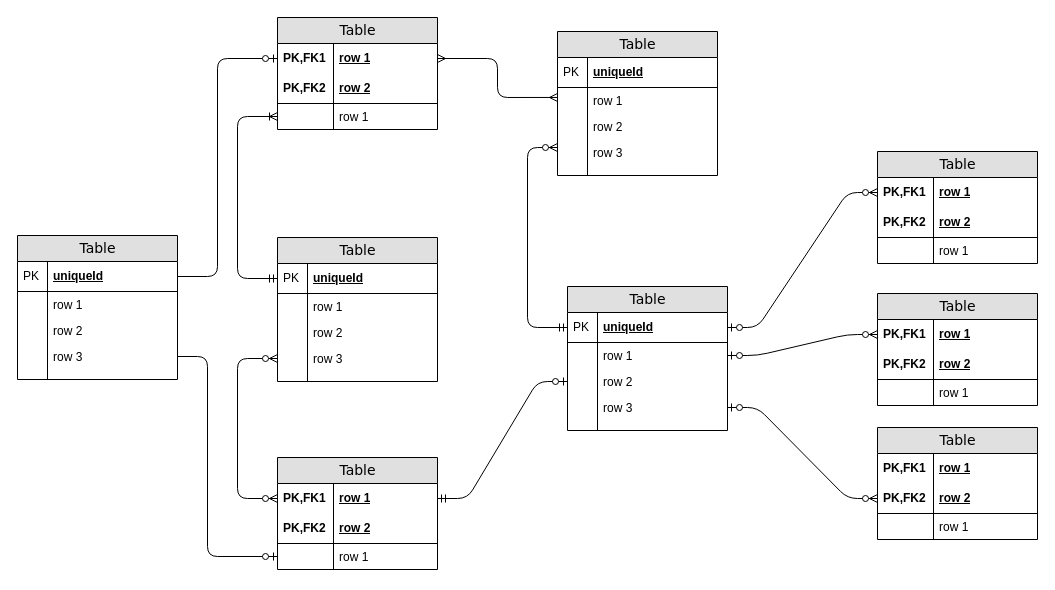
Earlier version of the draw.io diagram VIB_TARGET.drawio (EpicM97/EpicM). Source tidied: cells renumbered, new cells numbered last; positions are measured from the earlier drawing's top-left corner, leaving out a move shared by most shapes. Both pictures are drawn from the tidied source at 100%, with x=0, y=0 at pixel (17, 17).
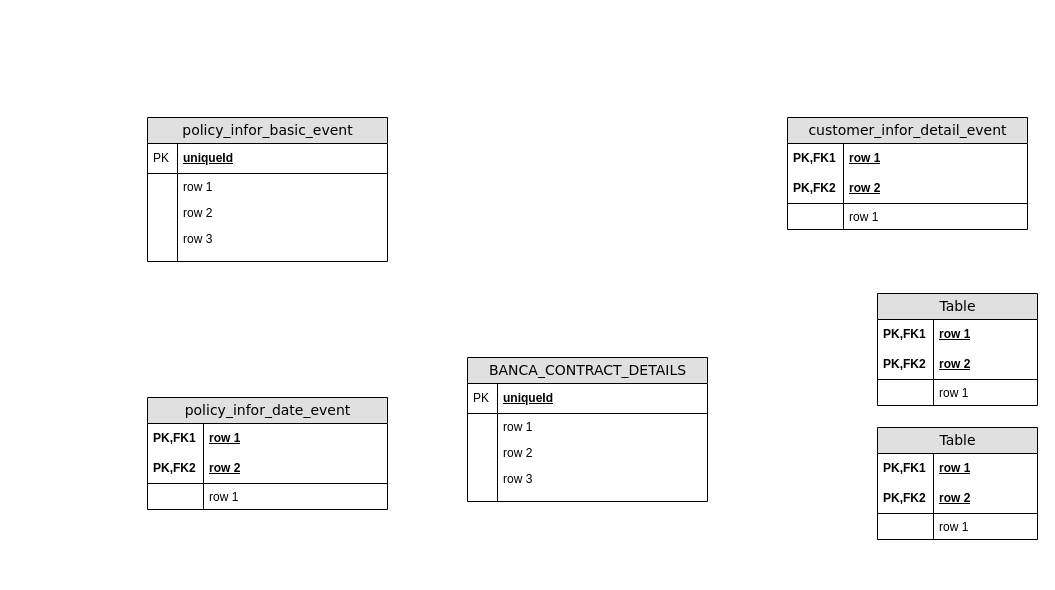
The same diagram, later.

Unchanged cells that the change refers to:
```xml
<mxCell id="63" value="row 1" style="shape=partialRectangle;top=0;left=0;right=0;bottom=0;html=1;align=left;verticalAlign=middle;fillColor=none;spacingLeft=60;spacingRight=4;whiteSpace=wrap;overflow=hidden;points=[[0,0.5],[1,0.5]];portConstraint=eastwest;fontStyle=5;" parent="62" vertex="1">
  <mxGeometry y="26" width="160" height="30" as="geometry" />
</mxCell>
<mxCell id="72" value="row 2" style="shape=partialRectangle;top=0;left=0;right=0;bottom=1;html=1;align=left;verticalAlign=middle;fillColor=none;spacingLeft=60;spacingRight=4;whiteSpace=wrap;overflow=hidden;points=[[0,0.5],[1,0.5]];portConstraint=eastwest;fontStyle=5;" parent="69" vertex="1">
  <mxGeometry y="56" width="160" height="30" as="geometry" />
</mxCell>
```

Change to the diagram source:
```diff
@@
-    <mxCell id="2" value="Table" style="swimlane;html=1;fontStyle=0;horizontal=1;startSize=26;fillColor=#e0e0e0;swimlaneFillColor=#ffffff;align=center;rounded=0;shadow=0;comic=0;labelBackgroundColor=none;strokeWidth=1;fontFamily=Verdana;fontSize=14;" parent="1" vertex="1">
-      <mxGeometry x="260" width="160" height="112" as="geometry" />
-    </mxCell>
-    <mxCell id="3" value="row 1" style="shape=partialRectangle;top=0;left=0;right=0;bottom=0;html=1;align=left;verticalAlign=middle;fillColor=none;spacingLeft=60;spacingRight=4;whiteSpace=wrap;overflow=hidden;points=[[0,0.5],[1,0.5]];portConstraint=eastwest;fontStyle=5;" parent="2" vertex="1">
-      <mxGeometry y="26" width="160" height="30" as="geometry" />
-    </mxCell>
-    <mxCell id="4" value="PK,FK1" style="shape=partialRectangle;fontStyle=1;top=0;left=0;bottom=0;html=1;fillColor=none;align=left;verticalAlign=middle;spacingLeft=4;spacingRight=4;whiteSpace=wrap;overflow=hidden;" parent="3" vertex="1">
-      <mxGeometry width="56" height="30" as="geometry" />
-    </mxCell>
-    <mxCell id="5" value="row 2" style="shape=partialRectangle;top=0;left=0;right=0;bottom=1;html=1;align=left;verticalAlign=middle;fillColor=none;spacingLeft=60;spacingRight=4;whiteSpace=wrap;overflow=hidden;fontStyle=5;" parent="2" vertex="1">
-      <mxGeometry y="56" width="160" height="30" as="geometry" />
-    </mxCell>
-    <mxCell id="6" value="PK,FK2" style="shape=partialRectangle;fontStyle=1;top=0;left=0;bottom=0;html=1;fillColor=none;align=left;verticalAlign=middle;spacingLeft=4;spacingRight=4;whiteSpace=wrap;overflow=hidden;" parent="5" vertex="1">
-      <mxGeometry width="56" height="30" as="geometry" />
-    </mxCell>
-    <mxCell id="7" value="row 1" style="shape=partialRectangle;top=0;left=0;right=0;bottom=0;html=1;align=left;verticalAlign=top;fillColor=none;spacingLeft=60;spacingRight=4;whiteSpace=wrap;overflow=hidden;points=[[0,0.5],[1,0.5]];portConstraint=eastwest;" parent="2" vertex="1">
-      <mxGeometry y="86" width="160" height="26" as="geometry" />
-    </mxCell>
-    <mxCell id="8" style="shape=partialRectangle;top=0;left=0;bottom=0;html=1;fillColor=none;align=left;verticalAlign=top;spacingLeft=4;spacingRight=4;whiteSpace=wrap;overflow=hidden;" parent="7" vertex="1">
-      <mxGeometry width="56" height="26" as="geometry" />
-    </mxCell>
-    <mxCell id="9" value="Table" style="swimlane;html=1;fontStyle=0;horizontal=1;startSize=26;fillColor=#e0e0e0;swimlaneFillColor=#ffffff;align=center;rounded=0;shadow=0;comic=0;labelBackgroundColor=none;strokeWidth=1;fontFamily=Verdana;fontSize=14;swimlaneLine=1;" parent="1" vertex="1">
-      <mxGeometry x="540" y="14" width="160" height="144" as="geometry" />
-    </mxCell>
-    <mxCell id="10" value="uniqueId" style="shape=partialRectangle;top=0;left=0;right=0;bottom=1;html=1;align=left;verticalAlign=middle;fillColor=none;spacingLeft=34;spacingRight=4;whiteSpace=wrap;overflow=hidden;fontStyle=5;" parent="9" vertex="1">
-      <mxGeometry y="26" width="160" height="30" as="geometry" />
-    </mxCell>
-    <mxCell id="11" value="PK" style="shape=partialRectangle;top=0;left=0;bottom=0;html=1;fillColor=none;align=left;verticalAlign=middle;spacingLeft=4;spacingRight=4;whiteSpace=wrap;overflow=hidden;" parent="10" vertex="1">
-      <mxGeometry width="30" height="30" as="geometry" />
-    </mxCell>
-    <mxCell id="12" value="row 1" style="shape=partialRectangle;top=0;left=0;right=0;bottom=0;html=1;align=left;verticalAlign=top;fillColor=none;spacingLeft=34;spacingRight=4;whiteSpace=wrap;overflow=hidden;points=[[0,0.5],[1,0.5]];portConstraint=eastwest;" parent="9" vertex="1">
-      <mxGeometry y="56" width="160" height="26" as="geometry" />
-    </mxCell>
-    <mxCell id="13" style="shape=partialRectangle;top=0;left=0;bottom=0;html=1;fillColor=none;align=left;verticalAlign=top;spacingLeft=4;spacingRight=4;whiteSpace=wrap;overflow=hidden;" parent="12" vertex="1">
-      <mxGeometry width="30" height="26" as="geometry" />
-    </mxCell>
-    <mxCell id="14" value="row 2" style="shape=partialRectangle;top=0;left=0;right=0;bottom=0;html=1;align=left;verticalAlign=top;fillColor=none;spacingLeft=34;spacingRight=4;whiteSpace=wrap;overflow=hidden;" parent="9" vertex="1">
-      <mxGeometry y="82" width="160" height="26" as="geometry" />
-    </mxCell>
-    <mxCell id="15" style="shape=partialRectangle;top=0;left=0;bottom=0;html=1;fillColor=none;align=left;verticalAlign=top;spacingLeft=4;spacingRight=4;whiteSpace=wrap;overflow=hidden;" parent="14" vertex="1">
-      <mxGeometry width="30" height="26" as="geometry" />
-    </mxCell>
-    <mxCell id="16" value="row 3" style="shape=partialRectangle;top=0;left=0;right=0;bottom=0;html=1;align=left;verticalAlign=top;fillColor=none;spacingLeft=34;spacingRight=4;whiteSpace=wrap;overflow=hidden;points=[[0,0.5],[1,0.5]];portConstraint=eastwest;" parent="9" vertex="1">
-      <mxGeometry y="108" width="160" height="26" as="geometry" />
-    </mxCell>
-    <mxCell id="17" style="shape=partialRectangle;top=0;left=0;bottom=0;html=1;fillColor=none;align=left;verticalAlign=top;spacingLeft=4;spacingRight=4;whiteSpace=wrap;overflow=hidden;" parent="16" vertex="1">
-      <mxGeometry width="30" height="26" as="geometry" />
-    </mxCell>
-    <mxCell id="18" style="shape=partialRectangle;top=0;left=0;right=0;bottom=0;html=1;align=left;verticalAlign=top;fillColor=none;spacingLeft=34;spacingRight=4;whiteSpace=wrap;overflow=hidden;" parent="9" vertex="1">
-      <mxGeometry y="134" width="160" height="10" as="geometry" />
-    </mxCell>
-    <mxCell id="19" style="shape=partialRectangle;top=0;left=0;bottom=0;html=1;fillColor=none;align=left;verticalAlign=top;spacingLeft=4;spacingRight=4;whiteSpace=wrap;overflow=hidden;" parent="18" vertex="1">
-      <mxGeometry width="30" height="10" as="geometry" />
-    </mxCell>
-    <mxCell id="20" value="Table" style="swimlane;html=1;fontStyle=0;horizontal=1;startSize=26;fillColor=#e0e0e0;swimlaneFillColor=#ffffff;align=center;rounded=0;shadow=0;comic=0;labelBackgroundColor=none;strokeWidth=1;fontFamily=Verdana;fontSize=14;" parent="1" vertex="1">
-      <mxGeometry x="260" y="220" width="160" height="144" as="geometry" />
+    <mxCell id="20" value="policy_infor_basic_event" style="swimlane;html=1;fontStyle=0;horizontal=1;startSize=26;fillColor=#e0e0e0;swimlaneFillColor=#ffffff;align=center;rounded=0;shadow=0;comic=0;labelBackgroundColor=none;strokeWidth=1;fontFamily=Verdana;fontSize=14;" parent="1" vertex="1">
+      <mxGeometry x="130" y="100" width="240" height="144" as="geometry" />
     </mxCell>
     <mxCell id="21" value="uniqueId" style="shape=partialRectangle;top=0;left=0;right=0;bottom=1;html=1;align=left;verticalAlign=middle;fillColor=none;spacingLeft=34;spacingRight=4;whiteSpace=wrap;overflow=hidden;points=[[0,0.5],[1,0.5]];portConstraint=eastwest;fontStyle=5;" parent="20" vertex="1">
-      <mxGeometry y="26" width="160" height="30" as="geometry" />
+      <mxGeometry y="26" width="240" height="30" as="geometry" />
     </mxCell>
@@
     <mxCell id="23" value="row 1" style="shape=partialRectangle;top=0;left=0;right=0;bottom=0;html=1;align=left;verticalAlign=top;fillColor=none;spacingLeft=34;spacingRight=4;whiteSpace=wrap;overflow=hidden;" parent="20" vertex="1">
-      <mxGeometry y="56" width="160" height="26" as="geometry" />
+      <mxGeometry y="56" width="240" height="26" as="geometry" />
     </mxCell>
@@
     <mxCell id="25" value="row 2" style="shape=partialRectangle;top=0;left=0;right=0;bottom=0;html=1;align=left;verticalAlign=top;fillColor=none;spacingLeft=34;spacingRight=4;whiteSpace=wrap;overflow=hidden;" parent="20" vertex="1">
-      <mxGeometry y="82" width="160" height="26" as="geometry" />
+      <mxGeometry y="82" width="240" height="26" as="geometry" />
     </mxCell>
@@
     <mxCell id="27" value="row 3" style="shape=partialRectangle;top=0;left=0;right=0;bottom=0;html=1;align=left;verticalAlign=top;fillColor=none;spacingLeft=34;spacingRight=4;whiteSpace=wrap;overflow=hidden;points=[[0,0.5],[1,0.5]];portConstraint=eastwest;" parent="20" vertex="1">
-      <mxGeometry y="108" width="160" height="26" as="geometry" />
+      <mxGeometry y="108" width="240" height="26" as="geometry" />
     </mxCell>
@@
     <mxCell id="29" style="shape=partialRectangle;top=0;left=0;right=0;bottom=0;html=1;align=left;verticalAlign=top;fillColor=none;spacingLeft=34;spacingRight=4;whiteSpace=wrap;overflow=hidden;" parent="20" vertex="1">
-      <mxGeometry y="134" width="160" height="10" as="geometry" />
+      <mxGeometry y="134" width="240" height="10" as="geometry" />
     </mxCell>
@@
-    <mxCell id="31" value="Table" style="swimlane;html=1;fontStyle=0;horizontal=1;startSize=26;fillColor=#e0e0e0;swimlaneFillColor=#ffffff;align=center;rounded=0;shadow=0;comic=0;labelBackgroundColor=none;strokeWidth=1;fontFamily=Verdana;fontSize=14;" parent="1" vertex="1">
-      <mxGeometry x="550" y="269" width="160" height="144" as="geometry" />
+    <mxCell id="31" value="BANCA_CONTRACT_DETAILS" style="swimlane;html=1;fontStyle=0;horizontal=1;startSize=26;fillColor=#e0e0e0;swimlaneFillColor=#ffffff;align=center;rounded=0;shadow=0;comic=0;labelBackgroundColor=none;strokeWidth=1;fontFamily=Verdana;fontSize=14;" parent="1" vertex="1">
+      <mxGeometry x="450" y="340" width="240" height="144" as="geometry" />
     </mxCell>
     <mxCell id="32" value="uniqueId" style="shape=partialRectangle;top=0;left=0;right=0;bottom=1;html=1;align=left;verticalAlign=middle;fillColor=none;spacingLeft=34;spacingRight=4;whiteSpace=wrap;overflow=hidden;points=[[0,0.5],[1,0.5]];portConstraint=eastwest;fontStyle=5;" parent="31" vertex="1">
-      <mxGeometry y="26" width="160" height="30" as="geometry" />
+      <mxGeometry y="26" width="240" height="30" as="geometry" />
     </mxCell>
@@
     <mxCell id="34" value="row 1" style="shape=partialRectangle;top=0;left=0;right=0;bottom=0;html=1;align=left;verticalAlign=top;fillColor=none;spacingLeft=34;spacingRight=4;whiteSpace=wrap;overflow=hidden;points=[[0,0.5],[1,0.5]];portConstraint=eastwest;" parent="31" vertex="1">
-      <mxGeometry y="56" width="160" height="26" as="geometry" />
+      <mxGeometry y="56" width="240" height="26" as="geometry" />
     </mxCell>
@@
     <mxCell id="36" value="row 2" style="shape=partialRectangle;top=0;left=0;right=0;bottom=0;html=1;align=left;verticalAlign=top;fillColor=none;spacingLeft=34;spacingRight=4;whiteSpace=wrap;overflow=hidden;points=[[0,0.5],[1,0.5]];portConstraint=eastwest;" parent="31" vertex="1">
-      <mxGeometry y="82" width="160" height="26" as="geometry" />
+      <mxGeometry y="82" width="240" height="26" as="geometry" />
     </mxCell>
@@
     <mxCell id="38" value="row 3" style="shape=partialRectangle;top=0;left=0;right=0;bottom=0;html=1;align=left;verticalAlign=top;fillColor=none;spacingLeft=34;spacingRight=4;whiteSpace=wrap;overflow=hidden;points=[[0,0.5],[1,0.5]];portConstraint=eastwest;" parent="31" vertex="1">
-      <mxGeometry y="108" width="160" height="26" as="geometry" />
+      <mxGeometry y="108" width="240" height="26" as="geometry" />
     </mxCell>
@@
     <mxCell id="40" style="shape=partialRectangle;top=0;left=0;right=0;bottom=0;html=1;align=left;verticalAlign=top;fillColor=none;spacingLeft=34;spacingRight=4;whiteSpace=wrap;overflow=hidden;" parent="31" vertex="1">
-      <mxGeometry y="134" width="160" height="10" as="geometry" />
+      <mxGeometry y="134" width="240" height="10" as="geometry" />
     </mxCell>
@@
-    <mxCell id="42" value="Table" style="swimlane;html=1;fontStyle=0;horizontal=1;startSize=26;fillColor=#e0e0e0;swimlaneFillColor=#ffffff;align=center;rounded=0;shadow=0;comic=0;labelBackgroundColor=none;strokeWidth=1;fontFamily=Verdana;fontSize=14;" parent="1" vertex="1">
-      <mxGeometry x="860" y="134" width="160" height="112" as="geometry" />
+    <mxCell id="42" value="customer_infor_detail_event" style="swimlane;html=1;fontStyle=0;horizontal=1;startSize=26;fillColor=#e0e0e0;swimlaneFillColor=#ffffff;align=center;rounded=0;shadow=0;comic=0;labelBackgroundColor=none;strokeWidth=1;fontFamily=Verdana;fontSize=14;" parent="1" vertex="1">
+      <mxGeometry x="770" y="100" width="240" height="112" as="geometry" />
     </mxCell>
     <mxCell id="43" value="row 1" style="shape=partialRectangle;top=0;left=0;right=0;bottom=0;html=1;align=left;verticalAlign=middle;fillColor=none;spacingLeft=60;spacingRight=4;whiteSpace=wrap;overflow=hidden;points=[[0,0.5],[1,0.5]];portConstraint=eastwest;fontStyle=5;" parent="42" vertex="1">
-      <mxGeometry y="26" width="160" height="30" as="geometry" />
+      <mxGeometry y="26" width="240" height="30" as="geometry" />
     </mxCell>
@@
     <mxCell id="45" value="row 2" style="shape=partialRectangle;top=0;left=0;right=0;bottom=1;html=1;align=left;verticalAlign=middle;fillColor=none;spacingLeft=60;spacingRight=4;whiteSpace=wrap;overflow=hidden;fontStyle=5;" parent="42" vertex="1">
-      <mxGeometry y="56" width="160" height="30" as="geometry" />
+      <mxGeometry y="56" width="240" height="30" as="geometry" />
     </mxCell>
@@
     <mxCell id="47" value="row 1" style="shape=partialRectangle;top=0;left=0;right=0;bottom=0;html=1;align=left;verticalAlign=top;fillColor=none;spacingLeft=60;spacingRight=4;whiteSpace=wrap;overflow=hidden;" parent="42" vertex="1">
-      <mxGeometry y="86" width="160" height="26" as="geometry" />
+      <mxGeometry y="86" width="240" height="26" as="geometry" />
     </mxCell>
@@
-    <mxCell id="49" value="Table" style="swimlane;html=1;fontStyle=0;horizontal=1;startSize=26;fillColor=#e0e0e0;swimlaneFillColor=#ffffff;align=center;rounded=0;shadow=0;comic=0;labelBackgroundColor=none;strokeWidth=1;fontFamily=Verdana;fontSize=14;" parent="1" vertex="1">
-      <mxGeometry x="260" y="440" width="160" height="112" as="geometry" />
+    <mxCell id="49" value="policy_infor_date_event" style="swimlane;html=1;fontStyle=0;horizontal=1;startSize=26;fillColor=#e0e0e0;swimlaneFillColor=#ffffff;align=center;rounded=0;shadow=0;comic=0;labelBackgroundColor=none;strokeWidth=1;fontFamily=Verdana;fontSize=14;" parent="1" vertex="1">
+      <mxGeometry x="130" y="380" width="240" height="112" as="geometry" />
     </mxCell>
     <mxCell id="50" value="row 1" style="shape=partialRectangle;top=0;left=0;right=0;bottom=0;html=1;align=left;verticalAlign=middle;fillColor=none;spacingLeft=60;spacingRight=4;whiteSpace=wrap;overflow=hidden;points=[[0,0.5],[1,0.5]];portConstraint=eastwest;fontStyle=5;" parent="49" vertex="1">
-      <mxGeometry y="26" width="160" height="30" as="geometry" />
+      <mxGeometry y="26" width="240" height="30" as="geometry" />
     </mxCell>
@@
     <mxCell id="52" value="row 2" style="shape=partialRectangle;top=0;left=0;right=0;bottom=1;html=1;align=left;verticalAlign=middle;fillColor=none;spacingLeft=60;spacingRight=4;whiteSpace=wrap;overflow=hidden;fontStyle=5;" parent="49" vertex="1">
-      <mxGeometry y="56" width="160" height="30" as="geometry" />
+      <mxGeometry y="56" width="240" height="30" as="geometry" />
     </mxCell>
@@
     <mxCell id="54" value="row 1" style="shape=partialRectangle;top=0;left=0;right=0;bottom=0;html=1;align=left;verticalAlign=top;fillColor=none;spacingLeft=60;spacingRight=4;whiteSpace=wrap;overflow=hidden;points=[[0,0.5],[1,0.5]];portConstraint=eastwest;" parent="49" vertex="1">
-      <mxGeometry y="86" width="160" height="26" as="geometry" />
+      <mxGeometry y="86" width="240" height="26" as="geometry" />
     </mxCell>
@@
-    <mxCell id="56" style="edgeStyle=orthogonalEdgeStyle;html=1;endArrow=ERoneToMany;startArrow=ERmandOne;labelBackgroundColor=none;fontFamily=Verdana;fontSize=14;entryX=0;entryY=0.5;exitX=0;exitY=0.5;" parent="1" edge="1" source="21" target="7">
-      <mxGeometry relative="1" as="geometry">
-        <Array as="points">
-          <mxPoint x="220" y="261" />
-          <mxPoint x="220" y="99" />
-        </Array>
-      </mxGeometry>
-    </mxCell>
-    <mxCell id="57" style="edgeStyle=orthogonalEdgeStyle;html=1;endArrow=ERzeroToMany;endFill=1;startArrow=ERzeroToMany;labelBackgroundColor=none;fontFamily=Verdana;fontSize=14;entryX=0;entryY=0.5;exitX=0;exitY=0.5;" parent="1" edge="1" source="50" target="27">
-      <mxGeometry relative="1" as="geometry">
-        <Array as="points">
-          <mxPoint x="220" y="481" />
-          <mxPoint x="220" y="341" />
-        </Array>
-      </mxGeometry>
-    </mxCell>
-    <mxCell id="58" style="edgeStyle=orthogonalEdgeStyle;html=1;endArrow=ERmany;startArrow=ERmany;labelBackgroundColor=none;fontFamily=Verdana;fontSize=14;entryX=1;entryY=0.5;exitX=0;exitY=0.383;exitPerimeter=0;" parent="1" edge="1" source="12" target="3">
-      <mxGeometry relative="1" as="geometry">
-        <Array as="points">
-          <mxPoint x="480" y="80" />
-          <mxPoint x="480" y="41" />
-        </Array>
-      </mxGeometry>
-    </mxCell>
-    <mxCell id="59" style="edgeStyle=orthogonalEdgeStyle;html=1;endArrow=ERzeroToMany;startArrow=ERmandOne;labelBackgroundColor=none;fontFamily=Verdana;fontSize=14;entryX=0;entryY=0.308;entryPerimeter=0;exitX=0;exitY=0.5;" parent="1" edge="1" source="32" target="16">
-      <mxGeometry relative="1" as="geometry">
-        <Array as="points">
-          <mxPoint x="510" y="310" />
-          <mxPoint x="510" y="130" />
-        </Array>
-      </mxGeometry>
-    </mxCell>
-    <mxCell id="60" style="edgeStyle=entityRelationEdgeStyle;html=1;endArrow=ERzeroToOne;startArrow=ERmandOne;labelBackgroundColor=none;fontFamily=Verdana;fontSize=14;exitX=1;exitY=0.5;entryX=0;entryY=0.5;" parent="1" edge="1" source="50" target="36">
-      <mxGeometry relative="1" as="geometry" />
-    </mxCell>
-    <mxCell id="61" style="edgeStyle=entityRelationEdgeStyle;html=1;endArrow=ERzeroToMany;startArrow=ERzeroToOne;labelBackgroundColor=none;fontFamily=Verdana;fontSize=14;entryX=0;entryY=0.5;exitX=1;exitY=0.5;" parent="1" edge="1" source="32" target="43">
-      <mxGeometry relative="1" as="geometry" />
-    </mxCell>
@@
-    <mxCell id="76" style="edgeStyle=entityRelationEdgeStyle;html=1;endArrow=ERzeroToMany;startArrow=ERzeroToOne;labelBackgroundColor=none;fontFamily=Verdana;fontSize=14;entryX=0;entryY=0.5;exitX=1;exitY=0.5;" parent="1" edge="1" source="34" target="63">
-      <mxGeometry relative="1" as="geometry" />
-    </mxCell>
-    <mxCell id="77" style="edgeStyle=entityRelationEdgeStyle;html=1;endArrow=ERzeroToMany;startArrow=ERzeroToOne;labelBackgroundColor=none;fontFamily=Verdana;fontSize=14;entryX=0;entryY=0.5;exitX=1;exitY=0.5;" parent="1" edge="1" source="38" target="72">
-      <mxGeometry relative="1" as="geometry" />
-    </mxCell>
-    <mxCell id="78" value="Table" style="swimlane;html=1;fontStyle=0;horizontal=1;startSize=26;fillColor=#e0e0e0;swimlaneFillColor=#ffffff;align=center;rounded=0;shadow=0;comic=0;labelBackgroundColor=none;strokeWidth=1;fontFamily=Verdana;fontSize=14;" parent="1" vertex="1">
-      <mxGeometry y="218" width="160" height="144" as="geometry" />
-    </mxCell>
-    <mxCell id="79" value="uniqueId" style="shape=partialRectangle;top=0;left=0;right=0;bottom=1;html=1;align=left;verticalAlign=middle;fillColor=none;spacingLeft=34;spacingRight=4;whiteSpace=wrap;overflow=hidden;points=[[0,0.5],[1,0.5]];portConstraint=eastwest;fontStyle=5;" parent="78" vertex="1">
-      <mxGeometry y="26" width="160" height="30" as="geometry" />
-    </mxCell>
-    <mxCell id="80" value="PK" style="shape=partialRectangle;top=0;left=0;bottom=0;html=1;fillColor=none;align=left;verticalAlign=middle;spacingLeft=4;spacingRight=4;whiteSpace=wrap;overflow=hidden;" parent="79" vertex="1">
-      <mxGeometry width="30" height="30" as="geometry" />
-    </mxCell>
-    <mxCell id="81" value="row 1" style="shape=partialRectangle;top=0;left=0;right=0;bottom=0;html=1;align=left;verticalAlign=top;fillColor=none;spacingLeft=34;spacingRight=4;whiteSpace=wrap;overflow=hidden;" parent="78" vertex="1">
-      <mxGeometry y="56" width="160" height="26" as="geometry" />
-    </mxCell>
-    <mxCell id="82" style="shape=partialRectangle;top=0;left=0;bottom=0;html=1;fillColor=none;align=left;verticalAlign=top;spacingLeft=4;spacingRight=4;whiteSpace=wrap;overflow=hidden;" parent="81" vertex="1">
-      <mxGeometry width="30" height="26" as="geometry" />
-    </mxCell>
-    <mxCell id="83" value="row 2" style="shape=partialRectangle;top=0;left=0;right=0;bottom=0;html=1;align=left;verticalAlign=top;fillColor=none;spacingLeft=34;spacingRight=4;whiteSpace=wrap;overflow=hidden;" parent="78" vertex="1">
-      <mxGeometry y="82" width="160" height="26" as="geometry" />
-    </mxCell>
-    <mxCell id="84" style="shape=partialRectangle;top=0;left=0;bottom=0;html=1;fillColor=none;align=left;verticalAlign=top;spacingLeft=4;spacingRight=4;whiteSpace=wrap;overflow=hidden;" parent="83" vertex="1">
-      <mxGeometry width="30" height="26" as="geometry" />
-    </mxCell>
-    <mxCell id="85" value="row 3" style="shape=partialRectangle;top=0;left=0;right=0;bottom=0;html=1;align=left;verticalAlign=top;fillColor=none;spacingLeft=34;spacingRight=4;whiteSpace=wrap;overflow=hidden;points=[[0,0.5],[1,0.5]];portConstraint=eastwest;" parent="78" vertex="1">
-      <mxGeometry y="108" width="160" height="26" as="geometry" />
-    </mxCell>
-    <mxCell id="86" style="shape=partialRectangle;top=0;left=0;bottom=0;html=1;fillColor=none;align=left;verticalAlign=top;spacingLeft=4;spacingRight=4;whiteSpace=wrap;overflow=hidden;" parent="85" vertex="1">
-      <mxGeometry width="30" height="26" as="geometry" />
-    </mxCell>
-    <mxCell id="87" style="shape=partialRectangle;top=0;left=0;right=0;bottom=0;html=1;align=left;verticalAlign=top;fillColor=none;spacingLeft=34;spacingRight=4;whiteSpace=wrap;overflow=hidden;" parent="78" vertex="1">
-      <mxGeometry y="134" width="160" height="10" as="geometry" />
-    </mxCell>
-    <mxCell id="88" style="shape=partialRectangle;top=0;left=0;bottom=0;html=1;fillColor=none;align=left;verticalAlign=top;spacingLeft=4;spacingRight=4;whiteSpace=wrap;overflow=hidden;" parent="87" vertex="1">
-      <mxGeometry width="30" height="10" as="geometry" />
-    </mxCell>
-    <mxCell id="89" style="edgeStyle=orthogonalEdgeStyle;html=1;endArrow=ERzeroToOne;endFill=1;labelBackgroundColor=none;fontFamily=Verdana;fontSize=14;entryX=0;entryY=0.5;exitX=1;exitY=0.5;" parent="1" edge="1" source="79" target="3">
-      <mxGeometry relative="1" as="geometry">
-        <Array as="points">
-          <mxPoint x="200" y="259" />
-          <mxPoint x="200" y="41" />
-        </Array>
-      </mxGeometry>
-    </mxCell>
-    <mxCell id="90" style="edgeStyle=orthogonalEdgeStyle;html=1;endArrow=ERzeroToOne;endFill=1;labelBackgroundColor=none;fontFamily=Verdana;fontSize=14;entryX=0;entryY=0.5;exitX=1;exitY=0.5;" parent="1" edge="1" source="85" target="54">
-      <mxGeometry relative="1" as="geometry">
-        <Array as="points">
-          <mxPoint x="190" y="339" />
-          <mxPoint x="190" y="539" />
-        </Array>
-      </mxGeometry>
-    </mxCell>
```
